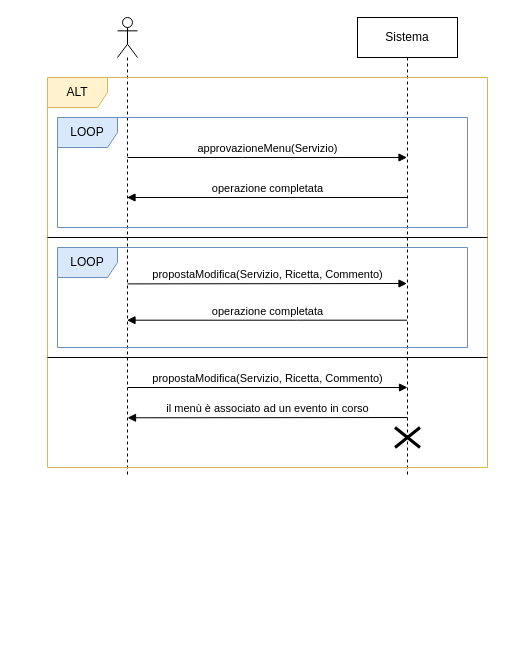
Above: Requisiti/SSD/SSD_Estensione_5.drawio in Giacca01/CateRingProject (draw.io), before the change. Source tidied: cells renumbered, new cells numbered last; positions are measured from the earlier drawing's top-left corner, leaving out a move shared by most shapes. Both pictures are drawn from the tidied source at 100%, with x=0, y=0 at pixel (47, 17).
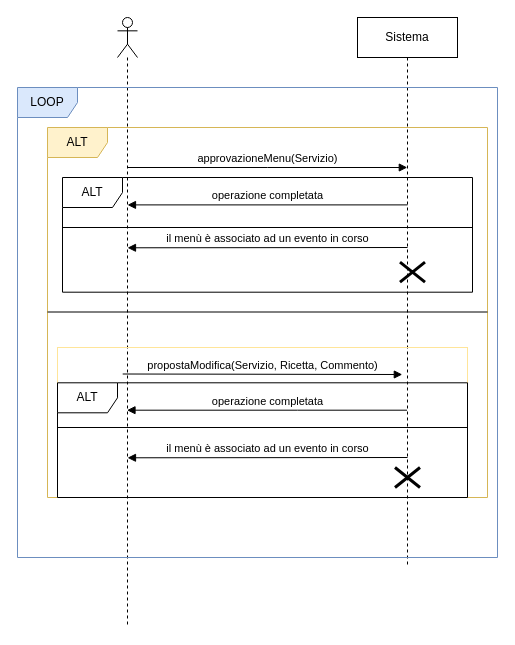
The same diagram, later.

The edit, as a diff of the source:
```diff
@@
     <mxCell id="2" style="shape=umlLifeline;perimeter=lifelinePerimeter;whiteSpace=wrap;html=1;outlineConnect=0;portConstraint=eastwest;newEdgeStyle={&quot;edgeStyle&quot;:&quot;elbowEdgeStyle&quot;,&quot;elbow&quot;:&quot;vertical&quot;,&quot;curved&quot;:0,&quot;rounded&quot;:0};participant=umlActor;" parent="1" vertex="1">
-      <mxGeometry x="70" width="20" height="460" as="geometry" />
+      <mxGeometry x="70" width="20" height="610" as="geometry" />
     </mxCell>
     <mxCell id="3" value="Sistema" style="shape=umlLifeline;perimeter=lifelinePerimeter;whiteSpace=wrap;html=1;outlineConnect=0;portConstraint=eastwest;newEdgeStyle={&quot;edgeStyle&quot;:&quot;elbowEdgeStyle&quot;,&quot;elbow&quot;:&quot;vertical&quot;,&quot;curved&quot;:0,&quot;rounded&quot;:0};" parent="1" vertex="1">
-      <mxGeometry x="310" width="100" height="460" as="geometry" />
+      <mxGeometry x="310" width="100" height="550" as="geometry" />
     </mxCell>
     <mxCell id="4" value="ALT" style="shape=umlFrame;whiteSpace=wrap;html=1;fillColor=#fff2cc;strokeColor=#d6b656;" parent="1" vertex="1">
-      <mxGeometry y="60" width="440" height="390" as="geometry" />
+      <mxGeometry y="110" width="440" height="370" as="geometry" />
     </mxCell>
     <mxCell id="5" style="endArrow=none;endFill=0;endSize=12;html=1;rounded=0;" parent="1" edge="1">
       <mxGeometry relative="1" as="geometry">
-        <mxPoint x="440" y="220" as="sourcePoint" />
-        <mxPoint y="220" as="targetPoint" />
+        <mxPoint x="440" y="294.5" as="sourcePoint" />
+        <mxPoint y="294.5" as="targetPoint" />
       </mxGeometry>
     </mxCell>
     <mxCell id="6" style="endArrow=none;endFill=0;endSize=12;html=1;rounded=0;" parent="1" edge="1">
       <mxGeometry relative="1" as="geometry">
-        <mxPoint x="440" y="340" as="sourcePoint" />
-        <mxPoint y="340" as="targetPoint" />
+        <mxPoint x="420" y="410" as="sourcePoint" />
+        <mxPoint x="10" y="410" as="targetPoint" />
       </mxGeometry>
     </mxCell>
-    <mxCell id="7" style="group;" parent="1" vertex="1">
-      <mxGeometry x="10" y="100" width="410" height="110" as="geometry" />
-    </mxCell>
-    <mxCell id="8" value="LOOP" style="shape=umlFrame;whiteSpace=wrap;html=1;fillColor=#dae8fc;strokeColor=#6c8ebf;" parent="7" vertex="1">
-      <mxGeometry width="410" height="110" as="geometry" />
-    </mxCell>
-    <mxCell id="9" value="approvazioneMenu(Servizio)" style="html=1;verticalAlign=bottom;endArrow=block;edgeStyle=elbowEdgeStyle;elbow=vertical;curved=0;rounded=0;" parent="7" edge="1" target="3">
-      <mxGeometry relative="1" as="geometry">
-        <mxPoint x="70" y="40" as="sourcePoint" />
-      </mxGeometry>
-    </mxCell>
-    <mxCell id="10" value="operazione completata" style="html=1;verticalAlign=bottom;endArrow=block;edgeStyle=elbowEdgeStyle;elbow=vertical;curved=0;rounded=0;" parent="7" edge="1" source="3" target="2">
-      <mxGeometry relative="1" as="geometry">
-        <Array as="points">
-          <mxPoint x="240" y="80" />
-        </Array>
-      </mxGeometry>
-    </mxCell>
-    <mxCell id="11" style="group;" parent="1" vertex="1">
-      <mxGeometry x="10" y="230" width="410" height="100" as="geometry" />
+    <mxCell id="11" style="group;fillColor=none;strokeColor=#FFE599;" parent="1" vertex="1">
+      <mxGeometry x="10" y="330" width="410" height="150" as="geometry" />
     </mxCell>
-    <mxCell id="12" value="LOOP" style="shape=umlFrame;whiteSpace=wrap;html=1;fillColor=#dae8fc;strokeColor=#6c8ebf;" parent="11" vertex="1">
-      <mxGeometry width="410" height="100" as="geometry" />
+    <mxCell id="12" value="ALT" style="shape=umlFrame;whiteSpace=wrap;html=1;" parent="11" vertex="1">
+      <mxGeometry y="35.3" width="410" height="114.7" as="geometry" />
     </mxCell>
-    <mxCell id="13" value="propostaModifica(Servizio, Ricetta, Commento)" style="html=1;verticalAlign=bottom;endArrow=block;edgeStyle=elbowEdgeStyle;elbow=vertical;curved=0;rounded=0;" parent="11" edge="1" target="3">
+    <mxCell id="13" value="propostaModifica(Servizio, Ricetta, Commento)" style="html=1;verticalAlign=bottom;endArrow=block;edgeStyle=elbowEdgeStyle;elbow=vertical;curved=0;rounded=0;" parent="11" edge="1">
       <mxGeometry relative="1" as="geometry">
-        <mxPoint x="70" y="36.4" as="sourcePoint" />
+        <mxPoint x="65.2" y="26.5" as="sourcePoint" />
+        <mxPoint x="344.8" y="26.6" as="targetPoint" />
       </mxGeometry>
     </mxCell>
-    <mxCell id="14" value="operazione completata" style="html=1;verticalAlign=bottom;endArrow=none;edgeStyle=elbowEdgeStyle;elbow=vertical;curved=0;rounded=0;endFill=0;startArrow=block;startFill=1;" parent="1" edge="1" source="2" target="3">
+    <mxCell id="14" value="operazione completata" style="html=1;verticalAlign=bottom;endArrow=none;edgeStyle=elbowEdgeStyle;elbow=vertical;curved=0;rounded=0;endFill=0;startArrow=block;startFill=1;" parent="1" edge="1">
       <mxGeometry relative="1" as="geometry">
+        <mxPoint x="79.5" y="392.7" as="sourcePoint" />
+        <mxPoint x="359.5" y="392.7" as="targetPoint" />
         <Array as="points">
-          <mxPoint x="250" y="302.7" />
+          <mxPoint x="250" y="392.7" />
         </Array>
       </mxGeometry>
     </mxCell>
-    <mxCell id="15" value="propostaModifica(Servizio, Ricetta, Commento)" style="html=1;verticalAlign=bottom;endArrow=block;edgeStyle=elbowEdgeStyle;elbow=vertical;curved=0;rounded=0;" parent="1" edge="1">
-      <mxGeometry relative="1" as="geometry">
-        <mxPoint x="80" y="370" as="sourcePoint" />
-        <mxPoint x="360" y="369.6" as="targetPoint" />
-      </mxGeometry>
-    </mxCell>
     <mxCell id="16" value="il menù è associato ad un evento in corso" style="html=1;verticalAlign=bottom;endArrow=none;edgeStyle=elbowEdgeStyle;elbow=vertical;curved=0;rounded=0;endFill=0;startArrow=block;startFill=1;" parent="1" edge="1">
       <mxGeometry relative="1" as="geometry">
-        <mxPoint x="80" y="400.3" as="sourcePoint" />
-        <mxPoint x="360" y="400.3" as="targetPoint" />
+        <mxPoint x="80" y="440.3" as="sourcePoint" />
+        <mxPoint x="360" y="440.3" as="targetPoint" />
         <Array as="points">
-          <mxPoint x="250" y="400" />
+          <mxPoint x="250" y="440" />
         </Array>
       </mxGeometry>
     </mxCell>
     <mxCell id="17" style="shape=umlDestroy;whiteSpace=wrap;html=1;strokeWidth=3;targetShapes=umlLifeline;" parent="1" vertex="1">
-      <mxGeometry x="347.5" y="410" width="25" height="20" as="geometry" />
+      <mxGeometry x="347.5" y="450" width="25" height="20" as="geometry" />
     </mxCell>
+    <mxCell id="8" value="LOOP" style="shape=umlFrame;whiteSpace=wrap;html=1;fillColor=#dae8fc;strokeColor=#6c8ebf;" parent="1" vertex="1">
+      <mxGeometry x="-30" y="70" width="480" height="470" as="geometry" />
+    </mxCell>
+    <mxCell id="9" value="approvazioneMenu(Servizio)" style="html=1;verticalAlign=bottom;endArrow=block;edgeStyle=elbowEdgeStyle;elbow=vertical;curved=0;rounded=0;" parent="1" edge="1">
+      <mxGeometry relative="1" as="geometry">
+        <mxPoint x="80.2" y="150" as="sourcePoint" />
+        <mxPoint x="359.8" y="150" as="targetPoint" />
+      </mxGeometry>
+    </mxCell>
+    <mxCell id="18" value="ALT" style="shape=umlFrame;whiteSpace=wrap;html=1;" parent="1" vertex="1">
+      <mxGeometry x="15" y="160" width="410" height="114.7" as="geometry" />
+    </mxCell>
+    <mxCell id="10" value="operazione completata" style="html=1;verticalAlign=bottom;endArrow=none;edgeStyle=elbowEdgeStyle;elbow=vertical;curved=0;rounded=0;endFill=0;startArrow=block;startFill=1;" parent="1" edge="1">
+      <mxGeometry relative="1" as="geometry">
+        <mxPoint x="80" y="187.4" as="sourcePoint" />
+        <mxPoint x="360" y="187.4" as="targetPoint" />
+        <Array as="points">
+          <mxPoint x="250.5" y="187.4" />
+        </Array>
+      </mxGeometry>
+    </mxCell>
+    <mxCell id="19" value="il menù è associato ad un evento in corso" style="html=1;verticalAlign=bottom;endArrow=none;edgeStyle=elbowEdgeStyle;elbow=vertical;curved=0;rounded=0;endFill=0;startArrow=block;startFill=1;" parent="1" edge="1">
+      <mxGeometry relative="1" as="geometry">
+        <mxPoint x="80" y="230.3" as="sourcePoint" />
+        <mxPoint x="360" y="230.3" as="targetPoint" />
+        <Array as="points">
+          <mxPoint x="250" y="230" />
+        </Array>
+      </mxGeometry>
+    </mxCell>
+    <mxCell id="20" style="shape=umlDestroy;whiteSpace=wrap;html=1;strokeWidth=3;targetShapes=umlLifeline;" parent="1" vertex="1">
+      <mxGeometry x="352.5" y="244.7" width="25" height="20" as="geometry" />
+    </mxCell>
+    <mxCell id="21" style="endArrow=none;endFill=0;endSize=12;html=1;rounded=0;" parent="1" edge="1">
+      <mxGeometry relative="1" as="geometry">
+        <mxPoint x="425" y="210" as="sourcePoint" />
+        <mxPoint x="15" y="210" as="targetPoint" />
+      </mxGeometry>
+    </mxCell>
```
